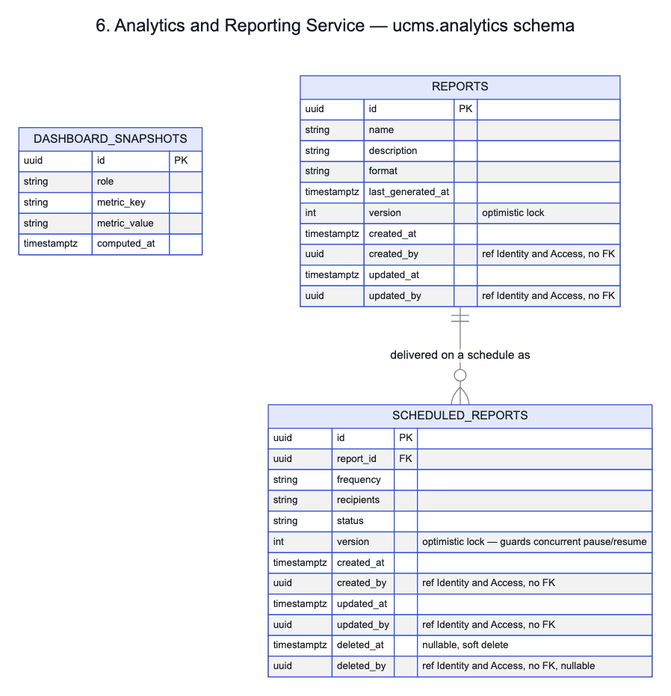
Earlier version of the Mermaid export docs/architecture/tables-06-analytics-reporting.png (ESD-ONE/University-Course-Management-System). Its source is kept beside it as docs/architecture/tables-06-analytics-reporting.mmd.
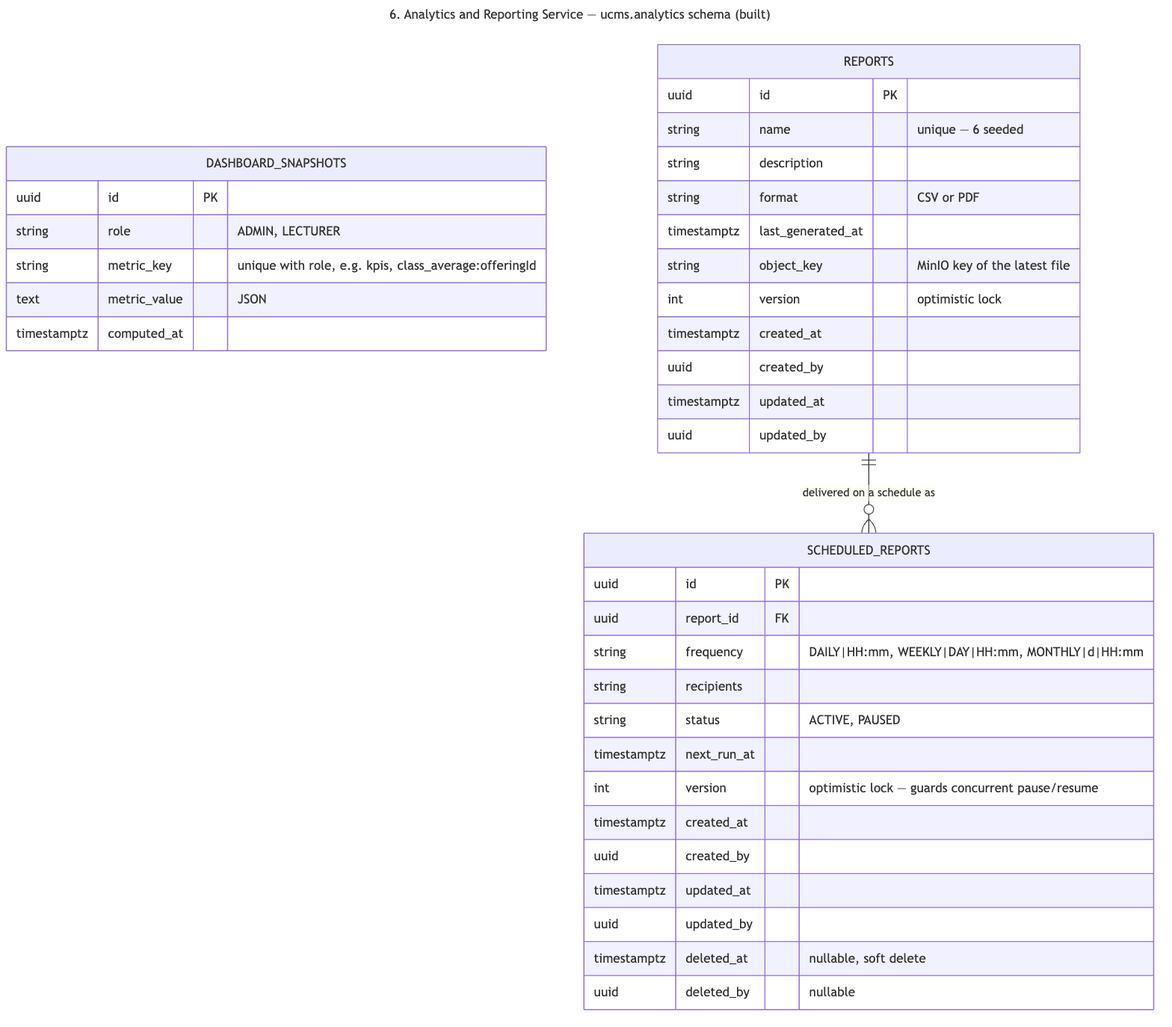
Later version of the same file.

Change to the diagram source:
```diff
@@ -1,39 +1,41 @@
 ---
-title: 6. Analytics and Reporting Service — ucms.analytics schema
+title: 6. Analytics and Reporting Service — ucms.analytics schema (built)
 ---
 erDiagram
     DASHBOARD_SNAPSHOTS {
         uuid id PK
-        string role
-        string metric_key
-        string metric_value
+        string role "ADMIN, LECTURER"
+        string metric_key "unique with role, e.g. kpis, class_average:offeringId"
+        text metric_value "JSON"
         timestamptz computed_at
     }
     REPORTS {
         uuid id PK
-        string name
+        string name "unique — 6 seeded"
         string description
-        string format
+        string format "CSV or PDF"
         timestamptz last_generated_at
+        string object_key "MinIO key of the latest file"
         int version "optimistic lock"
         timestamptz created_at
-        uuid created_by "ref Identity and Access, no FK"
+        uuid created_by
         timestamptz updated_at
-        uuid updated_by "ref Identity and Access, no FK"
+        uuid updated_by
     }
     SCHEDULED_REPORTS {
         uuid id PK
         uuid report_id FK
-        string frequency
+        string frequency "DAILY|HH:mm, WEEKLY|DAY|HH:mm, MONTHLY|d|HH:mm"
         string recipients
-        string status
+        string status "ACTIVE, PAUSED"
+        timestamptz next_run_at
         int version "optimistic lock — guards concurrent pause/resume"
         timestamptz created_at
-        uuid created_by "ref Identity and Access, no FK"
+        uuid created_by
         timestamptz updated_at
-        uuid updated_by "ref Identity and Access, no FK"
+        uuid updated_by
         timestamptz deleted_at "nullable, soft delete"
-        uuid deleted_by "ref Identity and Access, no FK, nullable"
+        uuid deleted_by "nullable"
     }
 
     REPORTS ||--o{ SCHEDULED_REPORTS : "delivered on a schedule as"
```
